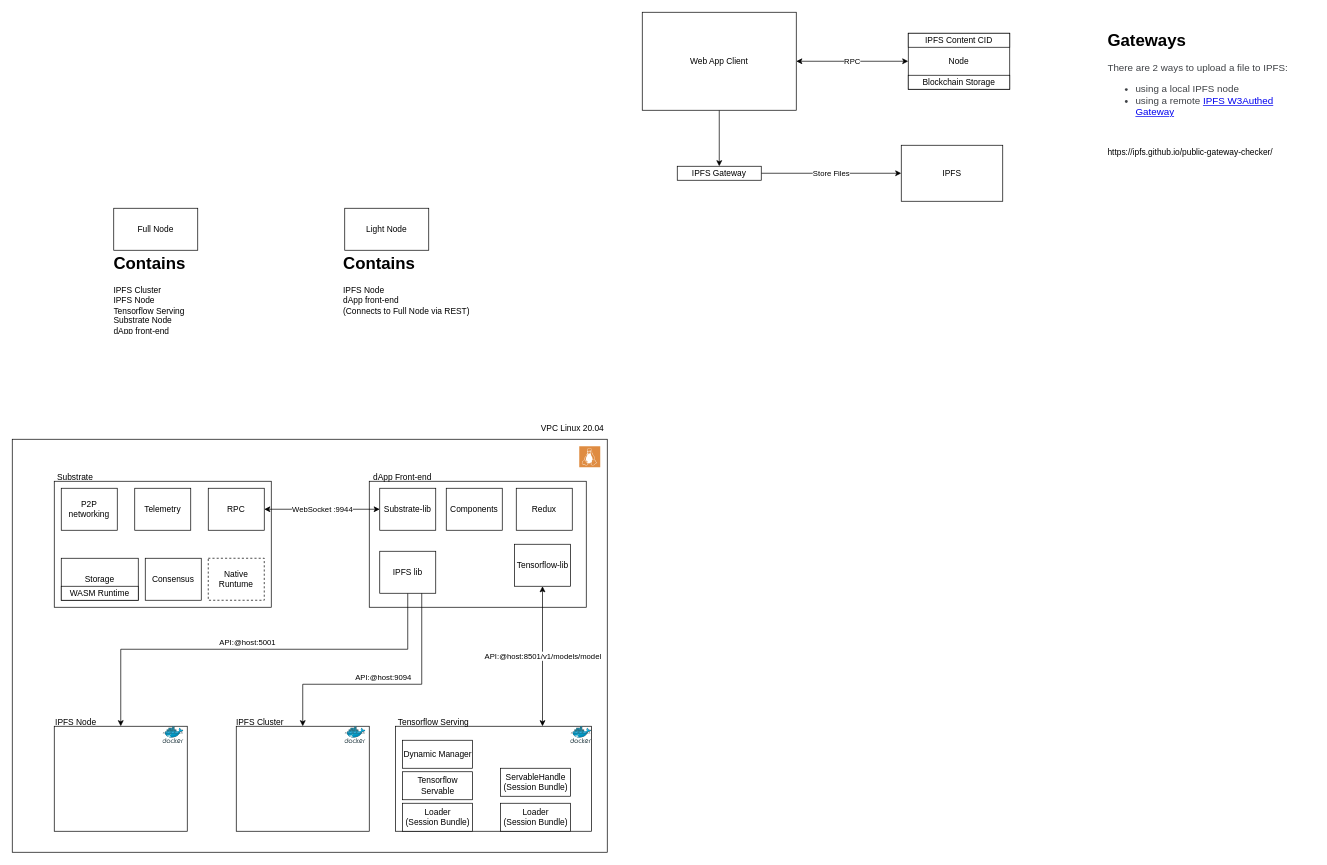
This is designs/architecture/IPFS Diagram.drawio from UniversalDot/documents, a draw.io file, before an edit. Source tidied: cells renumbered, new cells numbered last; positions are measured from the earlier drawing's top-left corner, leaving out a move shared by most shapes. Both pictures are drawn from the tidied source at 70%, with x=0, y=0 at pixel (12, 12).
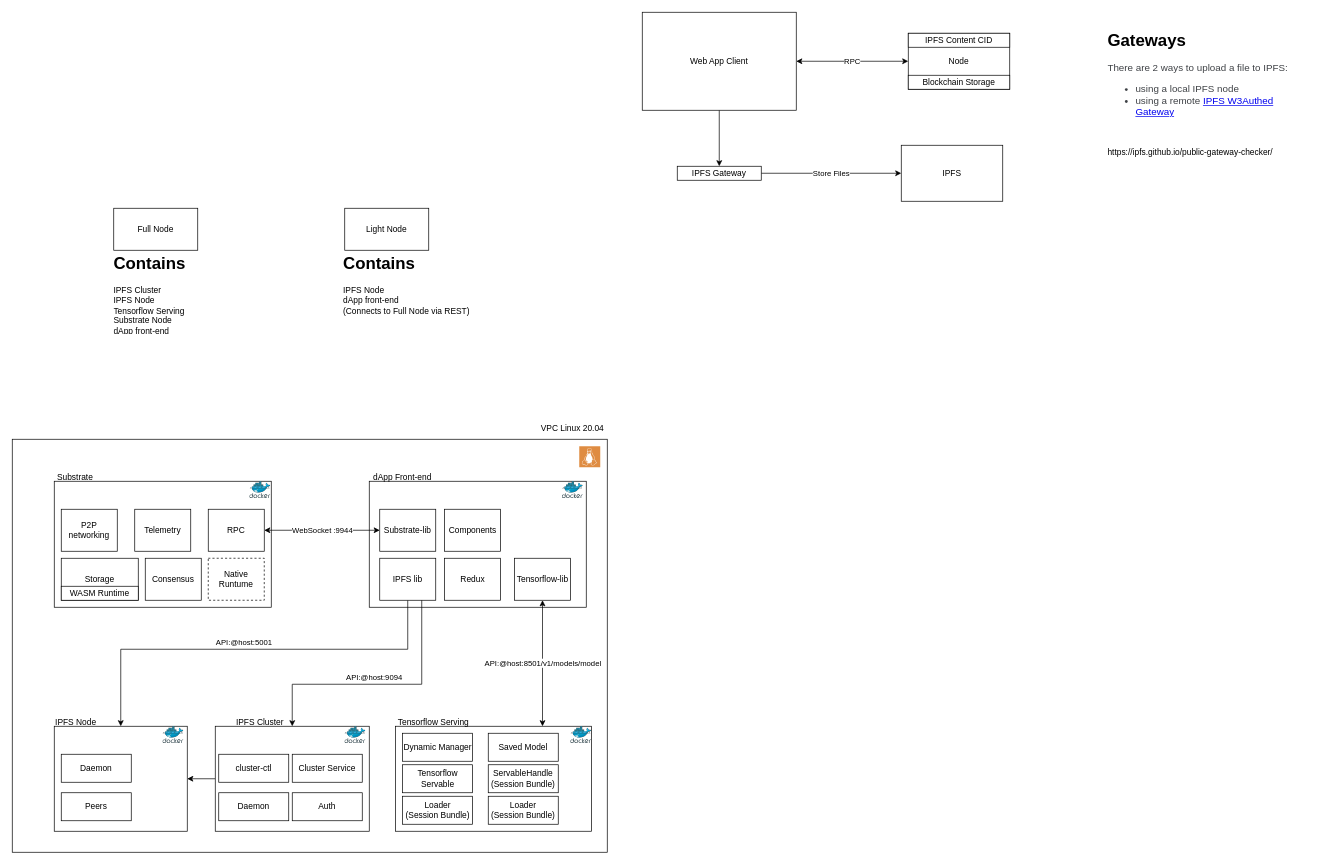
The same diagram, later.

The change refers to these unchanged cells:
```xml
<mxCell id="51" style="rounded=0;whiteSpace=wrap;html=1;" parent="1" vertex="1">
  <mxGeometry x="60" y="1020" width="190" height="150" as="geometry" />
</mxCell>
```

What changed in the source:
```diff
@@
     <mxCell id="18" value="P2P networking" style="rounded=0;whiteSpace=wrap;html=1;" parent="1" vertex="1">
-      <mxGeometry x="70" y="680" width="80" height="60" as="geometry" />
+      <mxGeometry x="70" y="710" width="80" height="60" as="geometry" />
     </mxCell>
     <mxCell id="19" value="RPC" style="rounded=0;whiteSpace=wrap;html=1;" parent="1" vertex="1">
-      <mxGeometry x="280" y="680" width="80" height="60" as="geometry" />
+      <mxGeometry x="280" y="710" width="80" height="60" as="geometry" />
     </mxCell>
     <mxCell id="20" value="Telemetry" style="rounded=0;whiteSpace=wrap;html=1;" parent="1" vertex="1">
-      <mxGeometry x="175" y="680" width="80" height="60" as="geometry" />
+      <mxGeometry x="175" y="710" width="80" height="60" as="geometry" />
     </mxCell>
@@
     <mxCell id="24" value="Substrate-lib" style="rounded=0;whiteSpace=wrap;html=1;" parent="1" vertex="1">
-      <mxGeometry x="525" y="680" width="80" height="60" as="geometry" />
+      <mxGeometry x="525" y="710" width="80" height="60" as="geometry" />
     </mxCell>
     <mxCell id="25" value="Components" style="rounded=0;whiteSpace=wrap;html=1;" parent="1" vertex="1">
-      <mxGeometry x="620" y="680" width="80" height="60" as="geometry" />
+      <mxGeometry x="617.5" y="710" width="80" height="60" as="geometry" />
     </mxCell>
     <mxCell id="26" value="Redux" style="rounded=0;whiteSpace=wrap;html=1;" parent="1" vertex="1">
-      <mxGeometry x="720" y="680" width="80" height="60" as="geometry" />
+      <mxGeometry x="617.5" y="780" width="80" height="60" as="geometry" />
     </mxCell>
@@
     <mxCell id="32" value="Tensorflow Servable" style="rounded=0;whiteSpace=wrap;html=1;" parent="1" vertex="1">
-      <mxGeometry x="557.5" y="1085" width="100" height="40" as="geometry" />
+      <mxGeometry x="557.5" y="1075" width="100" height="40" as="geometry" />
     </mxCell>
     <mxCell id="33" value="Loader &lt;br&gt;(Session Bundle)" style="rounded=0;whiteSpace=wrap;html=1;" parent="1" vertex="1">
-      <mxGeometry x="557.5" y="1130" width="100" height="40" as="geometry" />
+      <mxGeometry x="557.5" y="1120" width="100" height="40" as="geometry" />
     </mxCell>
     <mxCell id="34" value="Loader &lt;br&gt;(Session Bundle)" style="rounded=0;whiteSpace=wrap;html=1;" parent="1" vertex="1">
-      <mxGeometry x="697.5" y="1130" width="100" height="40" as="geometry" />
+      <mxGeometry x="680" y="1120" width="100" height="40" as="geometry" />
     </mxCell>
     <mxCell id="35" value="Dynamic Manager" style="rounded=0;whiteSpace=wrap;html=1;" parent="1" vertex="1">
-      <mxGeometry x="557.5" y="1040" width="100" height="40" as="geometry" />
+      <mxGeometry x="557.5" y="1030" width="100" height="40" as="geometry" />
     </mxCell>
     <mxCell id="36" value="ServableHandle&lt;br&gt;(Session Bundle)" style="rounded=0;whiteSpace=wrap;html=1;" parent="1" vertex="1">
-      <mxGeometry x="697.5" y="1080" width="100" height="40" as="geometry" />
+      <mxGeometry x="680" y="1075" width="100" height="40" as="geometry" />
     </mxCell>
@@
     <mxCell id="39" value="Tensorflow-lib" style="rounded=0;whiteSpace=wrap;html=1;" parent="1" vertex="1">
-      <mxGeometry x="717.5" y="760" width="80" height="60" as="geometry" />
+      <mxGeometry x="717.5" y="780" width="80" height="60" as="geometry" />
     </mxCell>
@@
     <mxCell id="42" value="IPFS lib" style="rounded=0;whiteSpace=wrap;html=1;" parent="1" vertex="1">
-      <mxGeometry x="525" y="770" width="80" height="60" as="geometry" />
+      <mxGeometry x="525" y="780" width="80" height="60" as="geometry" />
     </mxCell>
@@
+    <mxCell id="53" style="edgeStyle=orthogonalEdgeStyle;rounded=0;jettySize=auto;html=1;entryX=1;entryY=0.5;entryDx=0;entryDy=0;" parent="1" edge="1" source="47" target="51">
+      <mxGeometry relative="1" as="geometry" />
+    </mxCell>
     <mxCell id="47" style="rounded=0;whiteSpace=wrap;html=1;" parent="1" vertex="1">
-      <mxGeometry x="320" y="1020" width="190" height="150" as="geometry" />
+      <mxGeometry x="290" y="1020" width="220" height="150" as="geometry" />
     </mxCell>
@@
     <mxCell id="49" value="API:@host:9094" style="edgeStyle=orthogonalEdgeStyle;rounded=0;jettySize=auto;html=1;entryX=0.5;entryY=0;entryDx=0;entryDy=0;exitX=0.75;exitY=1;exitDx=0;exitDy=0;" parent="1" edge="1" source="42" target="47">
       <mxGeometry x="0.03" y="-10" relative="1" as="geometry">
         <Array as="points">
           <mxPoint x="585" y="960" />
-          <mxPoint x="415" y="960" />
+          <mxPoint x="400" y="960" />
         </Array>
       </mxGeometry>
     </mxCell>
@@
+    <mxCell id="54" style="sketch=0;html=1;align=center;image;fontSize=12;image=img/lib/mscae/Docker.svg;" parent="1" vertex="1">
+      <mxGeometry x="339.1" y="670" width="30" height="24.6" as="geometry" />
+    </mxCell>
+    <mxCell id="55" style="sketch=0;html=1;align=center;image;fontSize=12;image=img/lib/mscae/Docker.svg;" parent="1" vertex="1">
+      <mxGeometry x="785.6" y="670" width="30" height="24.6" as="geometry" />
+    </mxCell>
+    <mxCell id="56" value="Cluster Service" style="rounded=0;whiteSpace=wrap;html=1;" parent="1" vertex="1">
+      <mxGeometry x="400" y="1060" width="100" height="40" as="geometry" />
+    </mxCell>
+    <mxCell id="57" value="Auth" style="rounded=0;whiteSpace=wrap;html=1;" parent="1" vertex="1">
+      <mxGeometry x="400" y="1115" width="100" height="40" as="geometry" />
+    </mxCell>
+    <mxCell id="58" value="Daemon" style="rounded=0;whiteSpace=wrap;html=1;" parent="1" vertex="1">
+      <mxGeometry x="295" y="1115" width="100" height="40" as="geometry" />
+    </mxCell>
+    <mxCell id="59" value="cluster-ctl" style="rounded=0;whiteSpace=wrap;html=1;" parent="1" vertex="1">
+      <mxGeometry x="295" y="1060" width="100" height="40" as="geometry" />
+    </mxCell>
+    <mxCell id="60" value="Daemon" style="rounded=0;whiteSpace=wrap;html=1;" parent="1" vertex="1">
+      <mxGeometry x="70" y="1060" width="100" height="40" as="geometry" />
+    </mxCell>
+    <mxCell id="61" value="Peers" style="rounded=0;whiteSpace=wrap;html=1;" parent="1" vertex="1">
+      <mxGeometry x="70" y="1115" width="100" height="40" as="geometry" />
+    </mxCell>
+    <mxCell id="62" value="Saved Model" style="rounded=0;whiteSpace=wrap;html=1;" parent="1" vertex="1">
+      <mxGeometry x="680" y="1030" width="100" height="40" as="geometry" />
+    </mxCell>
```
